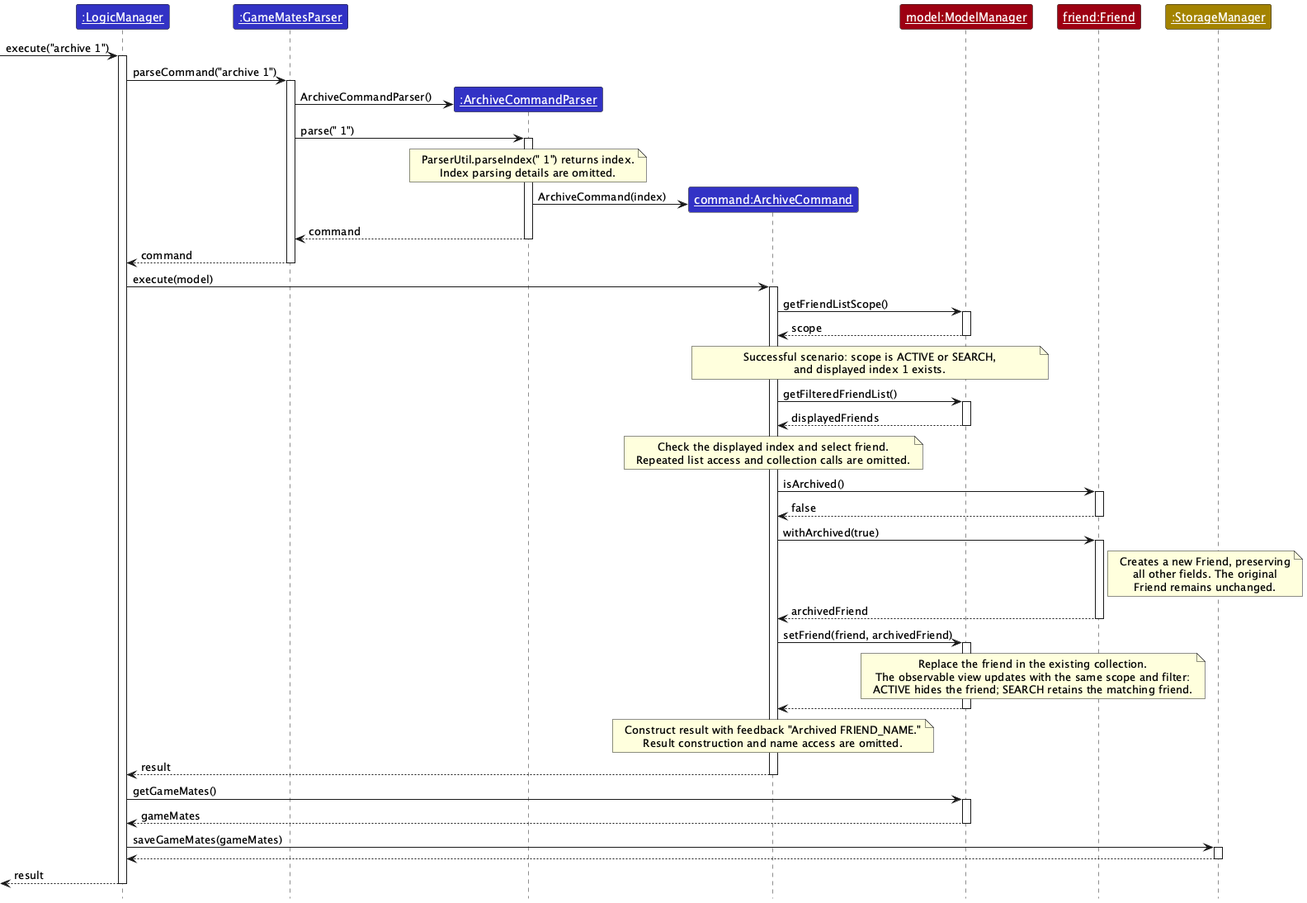
The PlantUML diagram pr-preview/pr-138/images/ArchiveSequenceDiagram.png in AY2627S1-CS2103T-W14-3/tp, before a commit.
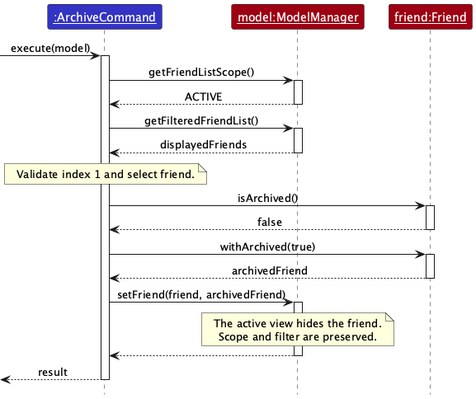
Above is the later version.

Diff of the diagram source:
```diff
@@ -2,52 +2,23 @@
 !include style.puml
 skinparam ArrowFontStyle plain
 skinparam ParticipantFontColor #FFFFFF
-skinparam sequenceMessageAlign left
 
-participant "<u>:LogicManager</u>" as Logic LOGIC_COLOR
-participant "<u>:GameMatesParser</u>" as Router LOGIC_COLOR
-participant "<u>:ArchiveCommandParser</u>" as Parser LOGIC_COLOR
-participant "<u>command:ArchiveCommand</u>" as Command LOGIC_COLOR
+participant "<u>:ArchiveCommand</u>" as Command LOGIC_COLOR
 participant "<u>model:ModelManager</u>" as Model MODEL_COLOR
 participant "<u>friend:Friend</u>" as Friend MODEL_COLOR
-participant "<u>:StorageManager</u>" as Storage STORAGE_COLOR
 
-[-> Logic : execute("archive 1")
-activate Logic
-Logic -> Router : parseCommand("archive 1")
-activate Router
-create Parser
-Router -> Parser : ArchiveCommandParser()
-Router -> Parser : parse(" 1")
-activate Parser
-note over Parser
-ParserUtil.parseIndex(" 1") returns index.
-Index parsing details are omitted.
-end note
-create Command
-Parser -> Command : ArchiveCommand(index)
-Parser --> Router : command
-deactivate Parser
-Router --> Logic : command
-deactivate Router
-
-Logic -> Command : execute(model)
+[-> Command : execute(model)
 activate Command
 Command -> Model : getFriendListScope()
 activate Model
-Model --> Command : scope
+Model --> Command : ACTIVE
 deactivate Model
-note over Command, Model
-Successful scenario: scope is ACTIVE or SEARCH,
-and displayed index 1 exists.
-end note
 Command -> Model : getFilteredFriendList()
 activate Model
 Model --> Command : displayedFriends
 deactivate Model
 note over Command
-Check the displayed index and select friend.
-Repeated list access and collection calls are omitted.
+Validate index 1 and select friend.
 end note
 Command -> Friend : isArchived()
 activate Friend
@@ -55,37 +26,16 @@
 deactivate Friend
 Command -> Friend : withArchived(true)
 activate Friend
-note right of Friend
-Creates a new Friend, preserving
-all other fields. The original
-Friend remains unchanged.
-end note
 Friend --> Command : archivedFriend
 deactivate Friend
 Command -> Model : setFriend(friend, archivedFriend)
 activate Model
-note over Model, Friend
-Replace the friend in the existing collection.
-The observable view updates with the same scope and filter:
-ACTIVE hides the friend; SEARCH retains the matching friend.
+note over Model
+The active view hides the friend.
+Scope and filter are preserved.
 end note
 Model --> Command
 deactivate Model
-note over Command
-Construct result with feedback "Archived FRIEND_NAME."
-Result construction and name access are omitted.
-end note
-Command --> Logic : result
+[<-- Command : result
 deactivate Command
-
-Logic -> Model : getGameMates()
-activate Model
-Model --> Logic : gameMates
-deactivate Model
-Logic -> Storage : saveGameMates(gameMates)
-activate Storage
-Storage --> Logic
-deactivate Storage
-[<-- Logic : result
-deactivate Logic
 @enduml
```
